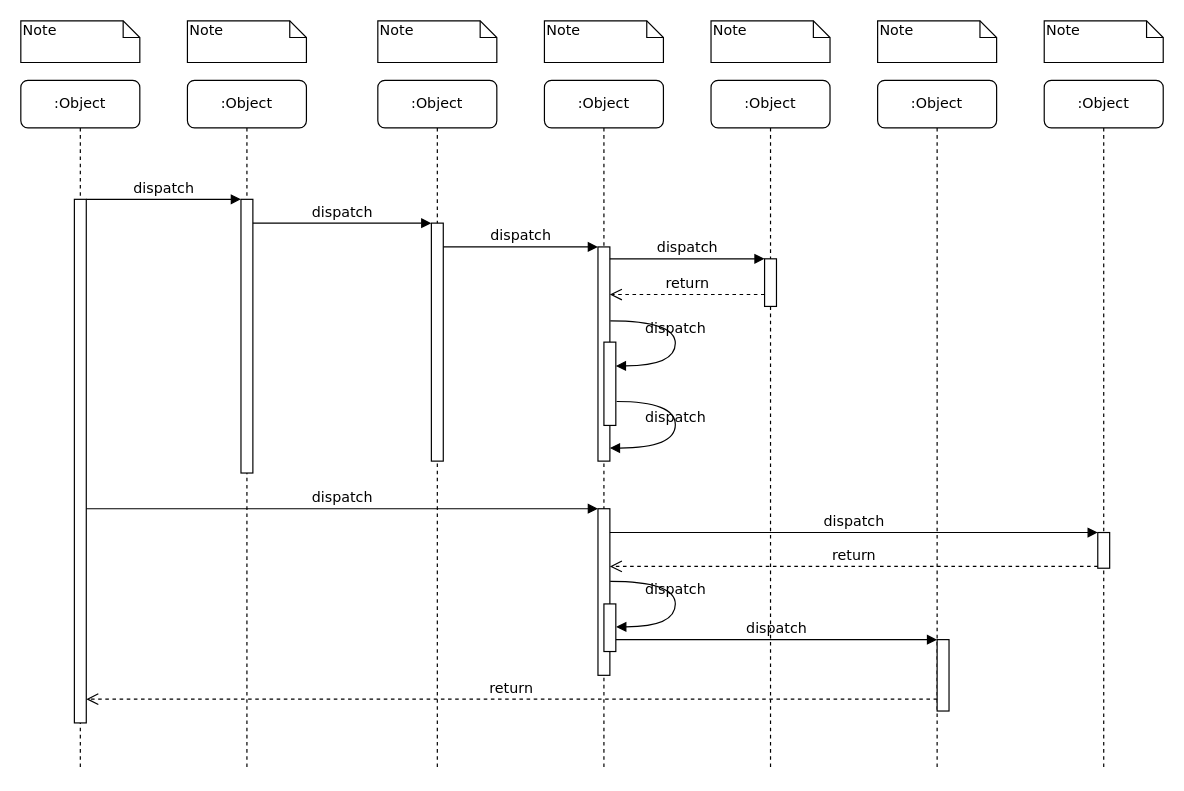
The draw.io diagram files/未命名绘图.drawio in Colin-coder/drawio, before the edit. Source tidied: cells renumbered, new cells numbered last; positions are measured from the earlier drawing's top-left corner, leaving out a move shared by most shapes. Both pictures are drawn from the tidied source at 119%, with x=0, y=0 at pixel (20, 20).
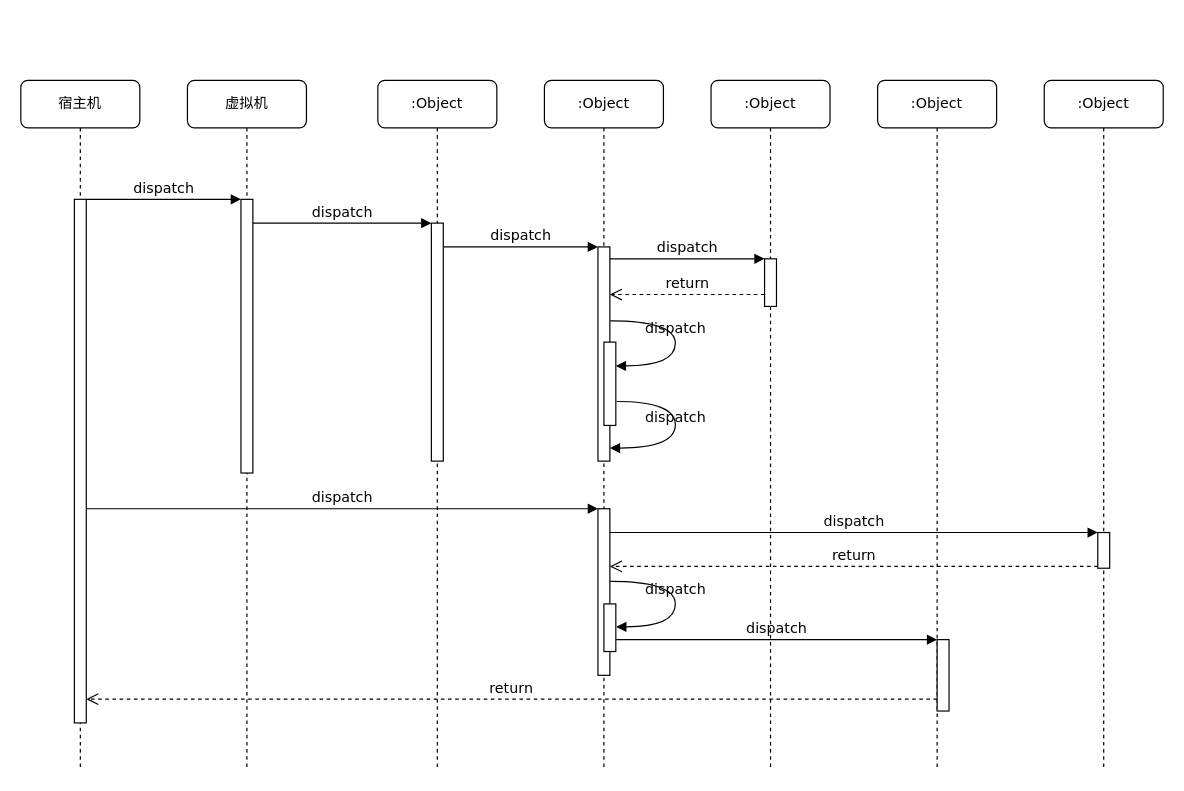
After the change.

Diff of the diagram source:
```diff
@@
-    <mxCell id="2" value=":Object" style="shape=umlLifeline;perimeter=lifelinePerimeter;whiteSpace=wrap;html=1;rounded=1;shadow=0;comic=0;labelBackgroundColor=none;strokeWidth=1;fontFamily=Verdana;fontSize=12;align=center;" parent="1" vertex="1">
+    <mxCell id="2" value="虚拟机" style="shape=umlLifeline;perimeter=lifelinePerimeter;whiteSpace=wrap;html=1;rounded=1;shadow=0;comic=0;labelBackgroundColor=none;strokeWidth=1;fontFamily=Verdana;fontSize=12;align=center;" parent="1" vertex="1">
       <mxGeometry x="140" y="50" width="100" height="580" as="geometry" />
     </mxCell>
@@
-    <mxCell id="10" value=":Object" style="shape=umlLifeline;perimeter=lifelinePerimeter;whiteSpace=wrap;html=1;rounded=1;shadow=0;comic=0;labelBackgroundColor=none;strokeWidth=1;fontFamily=Verdana;fontSize=12;align=center;" parent="1" vertex="1">
+    <mxCell id="10" value="宿主机" style="shape=umlLifeline;perimeter=lifelinePerimeter;whiteSpace=wrap;html=1;rounded=1;shadow=0;comic=0;labelBackgroundColor=none;strokeWidth=1;fontFamily=Verdana;fontSize=12;align=center;" parent="1" vertex="1">
       <mxGeometry y="50" width="100" height="580" as="geometry" />
     </mxCell>
@@
-    <mxCell id="32" value="Note" style="shape=note;whiteSpace=wrap;html=1;size=14;verticalAlign=top;align=left;spacingTop=-6;rounded=0;shadow=0;comic=0;labelBackgroundColor=none;strokeWidth=1;fontFamily=Verdana;fontSize=12;" parent="1" vertex="1">
-      <mxGeometry width="100" height="35" as="geometry" />
-    </mxCell>
-    <mxCell id="33" value="Note" style="shape=note;whiteSpace=wrap;html=1;size=14;verticalAlign=top;align=left;spacingTop=-6;rounded=0;shadow=0;comic=0;labelBackgroundColor=none;strokeWidth=1;fontFamily=Verdana;fontSize=12;" parent="1" vertex="1">
-      <mxGeometry x="140" width="100" height="35" as="geometry" />
-    </mxCell>
-    <mxCell id="34" value="Note" style="shape=note;whiteSpace=wrap;html=1;size=14;verticalAlign=top;align=left;spacingTop=-6;rounded=0;shadow=0;comic=0;labelBackgroundColor=none;strokeWidth=1;fontFamily=Verdana;fontSize=12;" parent="1" vertex="1">
-      <mxGeometry x="300" width="100" height="35" as="geometry" />
-    </mxCell>
-    <mxCell id="35" value="Note" style="shape=note;whiteSpace=wrap;html=1;size=14;verticalAlign=top;align=left;spacingTop=-6;rounded=0;shadow=0;comic=0;labelBackgroundColor=none;strokeWidth=1;fontFamily=Verdana;fontSize=12;" parent="1" vertex="1">
-      <mxGeometry x="440" width="100" height="35" as="geometry" />
-    </mxCell>
-    <mxCell id="36" value="Note" style="shape=note;whiteSpace=wrap;html=1;size=14;verticalAlign=top;align=left;spacingTop=-6;rounded=0;shadow=0;comic=0;labelBackgroundColor=none;strokeWidth=1;fontFamily=Verdana;fontSize=12;" parent="1" vertex="1">
-      <mxGeometry x="580" width="100" height="35" as="geometry" />
-    </mxCell>
-    <mxCell id="37" value="Note" style="shape=note;whiteSpace=wrap;html=1;size=14;verticalAlign=top;align=left;spacingTop=-6;rounded=0;shadow=0;comic=0;labelBackgroundColor=none;strokeWidth=1;fontFamily=Verdana;fontSize=12;" parent="1" vertex="1">
-      <mxGeometry x="720" width="100" height="35" as="geometry" />
-    </mxCell>
-    <mxCell id="38" value="Note" style="shape=note;whiteSpace=wrap;html=1;size=14;verticalAlign=top;align=left;spacingTop=-6;rounded=0;shadow=0;comic=0;labelBackgroundColor=none;strokeWidth=1;fontFamily=Verdana;fontSize=12;" parent="1" vertex="1">
-      <mxGeometry x="860" width="100" height="35" as="geometry" />
-    </mxCell>
```
